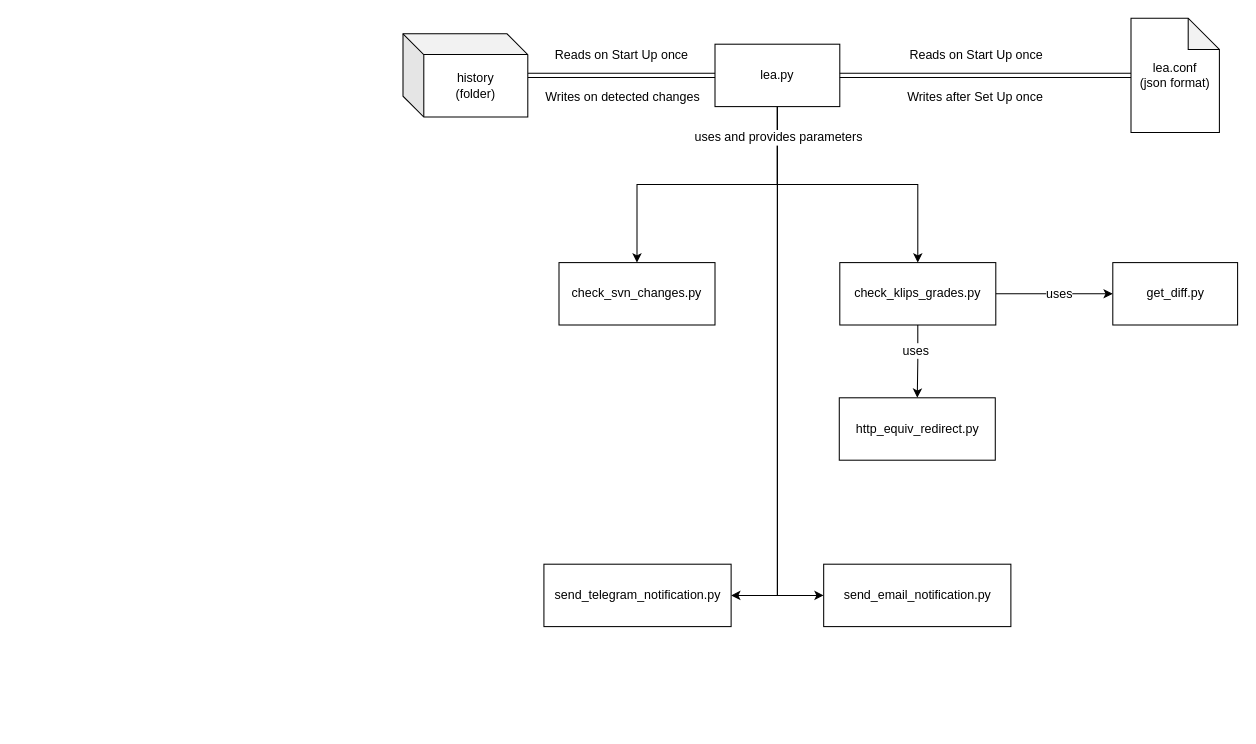
TimothyGillespie/LEA keeps this draw.io diagram as docs/lea_overview.drawio. Above is the earlier version. Source tidied: cells renumbered, new cells numbered last; positions are measured from the earlier drawing's top-left corner, leaving out a move shared by most shapes. Both pictures are drawn from the tidied source at 104%, with x=0, y=0 at pixel (402, 18).
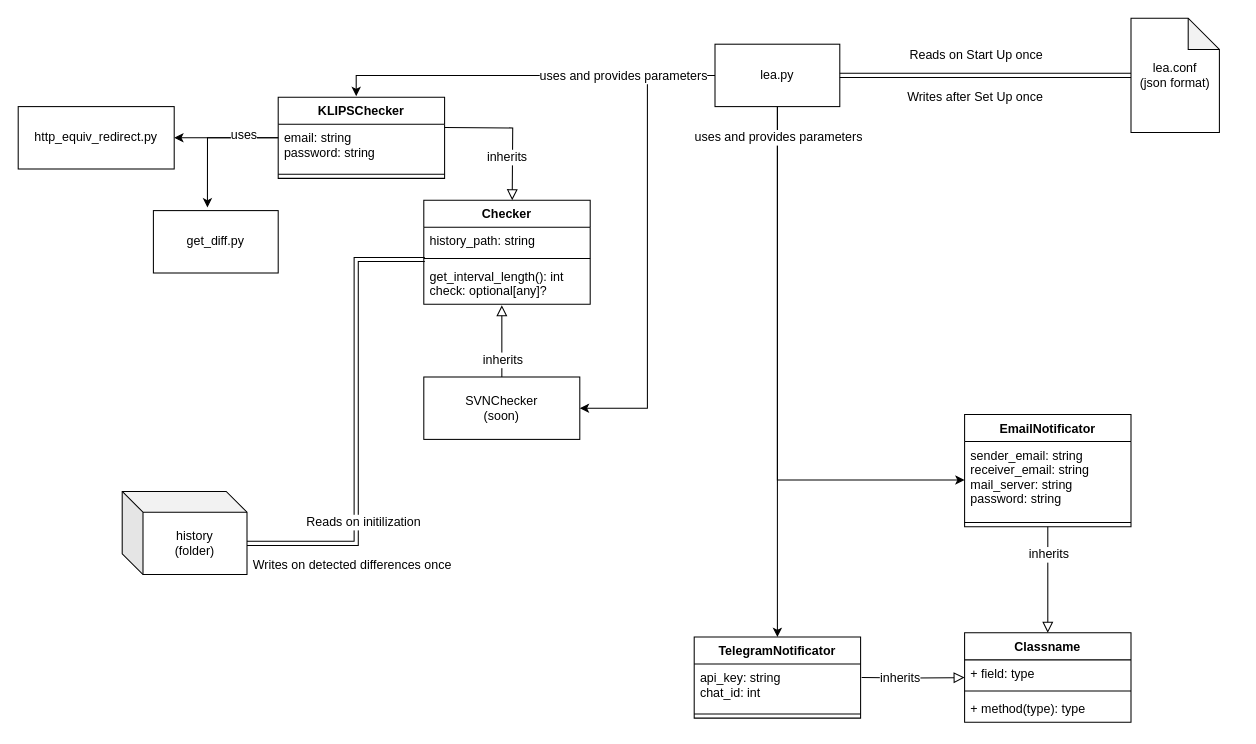
Above is the later version.

The change refers to these unchanged cells:
```xml
<mxCell id="10" value="&lt;div&gt;lea.py&lt;/div&gt;" style="rounded=0;whiteSpace=wrap;html=1;" parent="1" vertex="1">
  <mxGeometry x="300" y="25" width="120" height="60" as="geometry" />
</mxCell>
```

Diff of the diagram source:
```diff
@@
-    <mxCell id="2" style="edgeStyle=orthogonalEdgeStyle;rounded=0;jettySize=auto;html=1;entryX=0.5;entryY=0;entryDx=0;entryDy=0;" parent="1" edge="1" source="10" target="18">
-      <mxGeometry relative="1" as="geometry" />
+    <mxCell id="2" style="edgeStyle=orthogonalEdgeStyle;rounded=0;jettySize=auto;html=1;" parent="1" edge="1" source="10">
+      <mxGeometry relative="1" as="geometry">
+        <mxPoint x="-45" y="75" as="targetPoint" />
+        <Array as="points">
+          <mxPoint x="-45" y="55" />
+        </Array>
+      </mxGeometry>
     </mxCell>
-    <mxCell id="3" style="edgeStyle=orthogonalEdgeStyle;rounded=0;jettySize=auto;html=1;" parent="1" edge="1" source="10" target="19">
+    <mxCell id="3" style="edgeStyle=orthogonalEdgeStyle;rounded=0;jettySize=auto;html=1;entryX=1;entryY=0.5;entryDx=0;entryDy=0;" parent="1" edge="1" source="10" target="19">
       <mxGeometry relative="1" as="geometry" />
     </mxCell>
-    <mxCell id="4" style="edgeStyle=orthogonalEdgeStyle;rounded=0;jettySize=auto;html=1;entryX=0;entryY=0.5;entryDx=0;entryDy=0;" parent="1" edge="1" source="10" target="20">
+    <mxCell id="4" style="edgeStyle=orthogonalEdgeStyle;rounded=0;jettySize=auto;html=1;entryX=0;entryY=0.5;entryDx=0;entryDy=0;" parent="1" edge="1" source="10" target="37">
       <mxGeometry relative="1" as="geometry" />
     </mxCell>
-    <mxCell id="5" style="edgeStyle=orthogonalEdgeStyle;rounded=0;jettySize=auto;html=1;entryX=1;entryY=0.5;entryDx=0;entryDy=0;" parent="1" edge="1" source="10" target="21">
+    <mxCell id="5" style="edgeStyle=orthogonalEdgeStyle;rounded=0;jettySize=auto;html=1;entryX=0.5;entryY=0;entryDx=0;entryDy=0;" parent="1" edge="1" source="10" target="39">
       <mxGeometry relative="1" as="geometry" />
     </mxCell>
@@
-    <mxCell id="7" style="edgeStyle=orthogonalEdgeStyle;rounded=0;jettySize=auto;html=1;shape=link;" parent="1" edge="1" source="10" target="24">
-      <mxGeometry relative="1" as="geometry" />
-    </mxCell>
-    <mxCell id="8" value="Reads on Start Up once" style="text;html=1;align=center;verticalAlign=middle;labelBackgroundColor=#ffffff;" parent="7" vertex="1">
-      <mxGeometry x="0.34" y="5" relative="1" as="geometry">
-        <mxPoint x="30" y="-25" as="offset" />
-      </mxGeometry>
-    </mxCell>
-    <mxCell id="9" value="Writes on detected changes" style="text;html=1;align=center;verticalAlign=middle;labelBackgroundColor=#ffffff;" parent="7" vertex="1">
-      <mxGeometry x="-0.21" y="-1" relative="1" as="geometry">
-        <mxPoint x="-19" y="21" as="offset" />
-      </mxGeometry>
-    </mxCell>
@@
-    <mxCell id="14" style="edgeStyle=orthogonalEdgeStyle;rounded=0;jettySize=auto;html=1;entryX=0;entryY=0.5;entryDx=0;entryDy=0;" parent="1" edge="1" source="18" target="23">
-      <mxGeometry relative="1" as="geometry" />
+    <mxCell id="14" style="edgeStyle=orthogonalEdgeStyle;rounded=0;jettySize=auto;html=1;entryX=0.433;entryY=-0.05;entryDx=0;entryDy=0;entryPerimeter=0;" parent="1" edge="1" target="23">
+      <mxGeometry relative="1" as="geometry">
+        <mxPoint x="-120" y="115" as="sourcePoint" />
+        <Array as="points">
+          <mxPoint x="-188" y="115" />
+        </Array>
+      </mxGeometry>
     </mxCell>
-    <mxCell id="15" value="uses" style="text;html=1;align=center;verticalAlign=middle;labelBackgroundColor=#ffffff;" parent="14" vertex="1">
-      <mxGeometry x="0.21" y="-1" relative="1" as="geometry">
-        <mxPoint x="-8" y="-1" as="offset" />
-      </mxGeometry>
-    </mxCell>
-    <mxCell id="16" style="edgeStyle=orthogonalEdgeStyle;rounded=0;jettySize=auto;html=1;entryX=0.5;entryY=0;entryDx=0;entryDy=0;" parent="1" edge="1" source="18" target="25">
-      <mxGeometry relative="1" as="geometry" />
+    <mxCell id="16" style="edgeStyle=orthogonalEdgeStyle;rounded=0;jettySize=auto;html=1;entryX=1;entryY=0.5;entryDx=0;entryDy=0;exitX=0;exitY=0.5;exitDx=0;exitDy=0;" parent="1" edge="1" target="25">
+      <mxGeometry relative="1" as="geometry">
+        <mxPoint x="-120" y="115" as="sourcePoint" />
+        <Array as="points">
+          <mxPoint x="-130" y="115" />
+          <mxPoint x="-130" y="115" />
+        </Array>
+      </mxGeometry>
     </mxCell>
@@
-    <mxCell id="18" value="check_klips_grades.py" style="rounded=0;whiteSpace=wrap;html=1;" parent="1" vertex="1">
-      <mxGeometry x="420" y="235" width="150" height="60" as="geometry" />
-    </mxCell>
+    <mxCell id="26" style="edgeStyle=orthogonalEdgeStyle;rounded=0;jettySize=auto;html=1;entryX=0;entryY=0;entryDx=120;entryDy=50;entryPerimeter=0;shape=link;exitX=0.006;exitY=-0.075;exitDx=0;exitDy=0;exitPerimeter=0;" parent="1" edge="1" source="51" target="24">
+      <mxGeometry relative="1" as="geometry">
+        <Array as="points">
+          <mxPoint x="-45" y="232" />
+          <mxPoint x="-45" y="505" />
+        </Array>
+      </mxGeometry>
+    </mxCell>
+    <mxCell id="27" value="&lt;div&gt;Writes on detected differences once&lt;/div&gt;" style="text;html=1;align=center;verticalAlign=middle;labelBackgroundColor=#ffffff;" parent="26" vertex="1">
+      <mxGeometry x="0.82" y="1" relative="1" as="geometry">
+        <mxPoint x="61" y="19" as="offset" />
+      </mxGeometry>
+    </mxCell>
+    <mxCell id="28" style="edgeStyle=orthogonalEdgeStyle;rounded=0;orthogonalLoop=1;jettySize=auto;html=1;startArrow=none;startFill=0;endArrow=block;endFill=0;endSize=8;" parent="1" edge="1">
+      <mxGeometry relative="1" as="geometry">
+        <mxPoint x="40" y="105" as="sourcePoint" />
+        <mxPoint x="105" y="175" as="targetPoint" />
+      </mxGeometry>
+    </mxCell>
+    <mxCell id="29" value="inherits" style="text;html=1;align=center;verticalAlign=middle;labelBackgroundColor=#ffffff;" parent="28" vertex="1">
+      <mxGeometry x="-0.1" y="-14" relative="1" as="geometry">
+        <mxPoint x="-1" y="14" as="offset" />
+      </mxGeometry>
+    </mxCell>
+    <mxCell id="30" style="edgeStyle=orthogonalEdgeStyle;rounded=0;jettySize=auto;html=1;entryX=0.469;entryY=1.025;entryDx=0;entryDy=0;startArrow=none;startFill=0;endArrow=block;endFill=0;endSize=8;entryPerimeter=0;" parent="1" edge="1" source="19" target="51">
+      <mxGeometry relative="1" as="geometry" />
+    </mxCell>
+    <mxCell id="31" value="inherits" style="text;html=1;align=center;verticalAlign=middle;labelBackgroundColor=#ffffff;" parent="30" vertex="1">
+      <mxGeometry x="-0.71" y="1" relative="1" as="geometry">
+        <mxPoint x="1" y="-7" as="offset" />
+      </mxGeometry>
+    </mxCell>
-    <mxCell id="19" value="&lt;div&gt;check_svn_changes.py&lt;/div&gt;" style="rounded=0;whiteSpace=wrap;html=1;" parent="1" vertex="1">
-      <mxGeometry x="150" y="235" width="150" height="60" as="geometry" />
+    <mxCell id="19" value="&lt;div&gt;SVNChecker&lt;/div&gt;&lt;div&gt;(soon)&lt;br&gt;&lt;/div&gt;" style="rounded=0;whiteSpace=wrap;html=1;" parent="1" vertex="1">
+      <mxGeometry x="20" y="345" width="150" height="60" as="geometry" />
     </mxCell>
-    <mxCell id="20" value="&lt;div&gt;send_email_notification.py&lt;/div&gt;" style="rounded=0;whiteSpace=wrap;html=1;" parent="1" vertex="1">
-      <mxGeometry x="404.5" y="525" width="180" height="60" as="geometry" />
-    </mxCell>
-    <mxCell id="21" value="send_telegram_notification.py" style="rounded=0;whiteSpace=wrap;html=1;" parent="1" vertex="1">
-      <mxGeometry x="135.5" y="525" width="180" height="60" as="geometry" />
-    </mxCell>
+    <mxCell id="32" style="edgeStyle=orthogonalEdgeStyle;rounded=0;jettySize=auto;html=1;entryX=0.5;entryY=0;entryDx=0;entryDy=0;startArrow=none;startFill=0;endArrow=block;endFill=0;endSize=8;exitX=0.5;exitY=1;exitDx=0;exitDy=0;" parent="1" edge="1" source="36" target="42">
+      <mxGeometry relative="1" as="geometry" />
+    </mxCell>
+    <mxCell id="33" style="edgeStyle=orthogonalEdgeStyle;rounded=0;jettySize=auto;html=1;entryX=0;entryY=0.5;entryDx=0;entryDy=0;startArrow=none;startFill=0;endArrow=block;endFill=0;endSize=8;" parent="1" edge="1" target="42">
+      <mxGeometry relative="1" as="geometry">
+        <mxPoint x="441" y="634" as="sourcePoint" />
+      </mxGeometry>
+    </mxCell>
+    <mxCell id="34" value="inherits" style="text;html=1;align=center;verticalAlign=middle;labelBackgroundColor=#ffffff;" parent="33" vertex="1">
+      <mxGeometry x="-0.25" y="-4" relative="1" as="geometry">
+        <mxPoint y="-4" as="offset" />
+      </mxGeometry>
+    </mxCell>
@@
     <mxCell id="23" value="get_diff.py" style="rounded=0;whiteSpace=wrap;html=1;" parent="1" vertex="1">
-      <mxGeometry x="682.5" y="235" width="120" height="60" as="geometry" />
+      <mxGeometry x="-240" y="185" width="120" height="60" as="geometry" />
     </mxCell>
     <mxCell id="24" value="&lt;div&gt;history&lt;/div&gt;&lt;div&gt;(folder)&lt;br&gt;&lt;/div&gt;" style="shape=cube;whiteSpace=wrap;html=1;boundedLbl=1;backgroundOutline=1;darkOpacity=0.05;darkOpacity2=0.1;" parent="1" vertex="1">
-      <mxGeometry y="15" width="120" height="80" as="geometry" />
+      <mxGeometry x="-270" y="455" width="120" height="80" as="geometry" />
     </mxCell>
     <mxCell id="25" value="&lt;div&gt;http_equiv_redirect.py&lt;/div&gt;" style="rounded=0;whiteSpace=wrap;html=1;" parent="1" vertex="1">
-      <mxGeometry x="419.5" y="365" width="150" height="60" as="geometry" />
+      <mxGeometry x="-370" y="85" width="150" height="60" as="geometry" />
     </mxCell>
+    <mxCell id="35" value="uses and provides parameters" style="text;html=1;align=center;verticalAlign=middle;labelBackgroundColor=#ffffff;" parent="1" vertex="1">
+      <mxGeometry x="210" y="95" as="geometry">
+        <mxPoint x="1" y="-40" as="offset" />
+      </mxGeometry>
+    </mxCell>
+    <mxCell id="36" value="EmailNotificator" style="swimlane;fontStyle=1;align=center;verticalAlign=top;horizontal=1;startSize=26;" parent="1" vertex="1">
+      <mxGeometry x="540" y="381" width="160" height="108" as="geometry" />
+    </mxCell>
+    <mxCell id="37" value="sender_email: string&#10;receiver_email: string&#10;mail_server: string&#10;password: string&#10;" style="text;strokeColor=none;fillColor=none;align=left;verticalAlign=top;spacingLeft=4;spacingRight=4;overflow=hidden;points=[[0,0.5],[1,0.5]];portConstraint=eastwest;" parent="36" vertex="1">
+      <mxGeometry y="26" width="160" height="74" as="geometry" />
+    </mxCell>
+    <mxCell id="38" style="line;strokeWidth=1;fillColor=none;align=left;verticalAlign=middle;spacingTop=-1;spacingLeft=3;spacingRight=3;labelPosition=right;" parent="36" vertex="1">
+      <mxGeometry y="100" width="160" height="8" as="geometry" />
+    </mxCell>
+    <mxCell id="39" value="TelegramNotificator" style="swimlane;fontStyle=1;align=center;verticalAlign=top;horizontal=1;startSize=26;" parent="1" vertex="1">
+      <mxGeometry x="280" y="595" width="160" height="78" as="geometry" />
+    </mxCell>
+    <mxCell id="40" value="api_key: string&#10;chat_id: int&#10;" style="text;strokeColor=none;fillColor=none;align=left;verticalAlign=top;spacingLeft=4;spacingRight=4;overflow=hidden;" parent="39" vertex="1">
+      <mxGeometry y="26" width="160" height="44" as="geometry" />
+    </mxCell>
+    <mxCell id="41" style="line;strokeWidth=1;fillColor=none;align=left;verticalAlign=middle;spacingTop=-1;spacingLeft=3;spacingRight=3;labelPosition=right;" parent="39" vertex="1">
+      <mxGeometry y="70" width="160" height="8" as="geometry" />
+    </mxCell>
+    <mxCell id="42" value="Classname" style="swimlane;fontStyle=1;align=center;verticalAlign=top;horizontal=1;startSize=26;" parent="1" vertex="1">
+      <mxGeometry x="540" y="591" width="160" height="86" as="geometry" />
+    </mxCell>
+    <mxCell id="43" value="+ field: type" style="text;strokeColor=none;fillColor=none;align=left;verticalAlign=top;spacingLeft=4;spacingRight=4;overflow=hidden;" parent="42" vertex="1">
+      <mxGeometry y="26" width="160" height="26" as="geometry" />
+    </mxCell>
+    <mxCell id="44" style="line;strokeWidth=1;fillColor=none;align=left;verticalAlign=middle;spacingTop=-1;spacingLeft=3;spacingRight=3;labelPosition=right;" parent="42" vertex="1">
+      <mxGeometry y="52" width="160" height="8" as="geometry" />
+    </mxCell>
+    <mxCell id="45" value="+ method(type): type" style="text;strokeColor=none;fillColor=none;align=left;verticalAlign=top;spacingLeft=4;spacingRight=4;overflow=hidden;" parent="42" vertex="1">
+      <mxGeometry y="60" width="160" height="26" as="geometry" />
+    </mxCell>
+    <mxCell id="46" value="inherits" style="text;html=1;align=center;verticalAlign=middle;labelBackgroundColor=#ffffff;" parent="1" vertex="1">
+      <mxGeometry x="620" y="515" as="geometry" />
+    </mxCell>
+    <mxCell id="47" value="&lt;div&gt;Reads on initilization&lt;br&gt;&lt;/div&gt;" style="text;html=1;align=center;verticalAlign=middle;labelBackgroundColor=#ffffff;" parent="1" vertex="1">
+      <mxGeometry x="-100" y="465" as="geometry">
+        <mxPoint x="61" y="19" as="offset" />
+      </mxGeometry>
+    </mxCell>
+    <mxCell id="48" value="Checker" style="swimlane;fontStyle=1;align=center;verticalAlign=top;horizontal=1;startSize=26;" parent="1" vertex="1">
+      <mxGeometry x="20" y="175" width="160" height="100" as="geometry" />
+    </mxCell>
+    <mxCell id="49" value="history_path: string" style="text;strokeColor=none;fillColor=none;align=left;verticalAlign=top;spacingLeft=4;spacingRight=4;overflow=hidden;" parent="48" vertex="1">
+      <mxGeometry y="26" width="160" height="26" as="geometry" />
+    </mxCell>
+    <mxCell id="50" style="line;strokeWidth=1;fillColor=none;align=left;verticalAlign=middle;spacingTop=-1;spacingLeft=3;spacingRight=3;labelPosition=right;" parent="48" vertex="1">
+      <mxGeometry y="52" width="160" height="8" as="geometry" />
+    </mxCell>
+    <mxCell id="51" value="get_interval_length(): int&#10;check: optional[any]?&#10;" style="text;strokeColor=none;fillColor=none;align=left;verticalAlign=top;spacingLeft=4;spacingRight=4;overflow=hidden;points=[[0,0.5],[1,0.5]];portConstraint=eastwest;" parent="48" vertex="1">
+      <mxGeometry y="60" width="160" height="40" as="geometry" />
+    </mxCell>
+    <mxCell id="52" value="KLIPSChecker" style="swimlane;fontStyle=1;align=center;verticalAlign=top;horizontal=1;startSize=26;" parent="1" vertex="1">
+      <mxGeometry x="-120" y="76" width="160" height="78" as="geometry" />
+    </mxCell>
+    <mxCell id="53" value="email: string&#10;password: string&#10;" style="text;strokeColor=none;fillColor=none;align=left;verticalAlign=top;spacingLeft=4;spacingRight=4;overflow=hidden;" parent="52" vertex="1">
+      <mxGeometry y="26" width="160" height="44" as="geometry" />
+    </mxCell>
+    <mxCell id="54" style="line;strokeWidth=1;fillColor=none;align=left;verticalAlign=middle;spacingTop=-1;spacingLeft=3;spacingRight=3;labelPosition=right;" parent="52" vertex="1">
+      <mxGeometry y="70" width="160" height="8" as="geometry" />
+    </mxCell>
```
